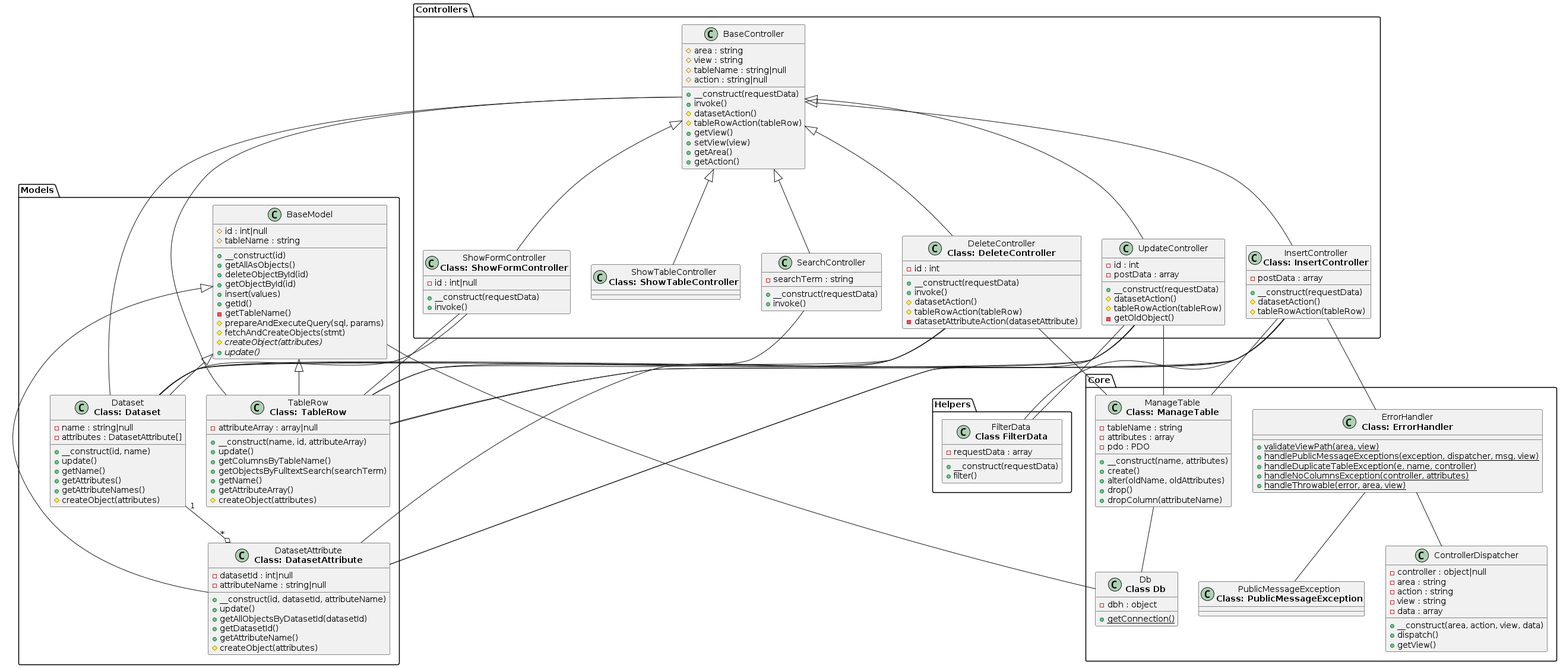
Above: doc/UMLClassDiagram.png in 23b00t/tableCreator (PlantUML), before the change. The source it was exported from:
```plantuml
@startuml
  package Core as Core {
    class "PublicMessageException\n<b>Class: PublicMessageException</b>" as Core_PublicMessageException {
    }
    class "Db\n<b>Class Db</b>" as Core_Db {
      -dbh : object
      {static} +getConnection()
    }
    class "ErrorHandler\n<b>Class: ErrorHandler</b>" as Core_ErrorHandler {
      {static} +validateViewPath(area, view)
      {static} +handlePublicMessageExceptions(exception, dispatcher, msg, view)
      {static} +handleDuplicateTableException(e, name, controller)
      {static} +handleNoColumnsException(controller, attributes)
      {static} +handleThrowable(error, area, view)
    }
    class "ManageTable\n<b>Class: ManageTable</b>" as Core_ManageTable {
      -tableName : string
      -attributes : array
      -pdo : PDO
      +__construct(name, attributes)
      +create()
      +alter(oldName, oldAttributes)
      +drop()
      +dropColumn(attributeName)
    }
    class "ControllerDispatcher" as Core_ControllerDispatcher {
      -controller : object|null
      -area : string
      -action : string
      -view : string
      -data : array
      +__construct(area, action, view, data)
      +dispatch()
      +getView()
    }
  }
  package Controllers as Controllers {
    class "InsertController\n<b>Class: InsertController</b>" as Controllers_InsertController {
      -postData : array
      +__construct(requestData)
      #datasetAction()
      #tableRowAction(tableRow)
    }
    class "ShowTableController\n<b>Class: ShowTableController</b>" as Controllers_ShowTableController {
    }
    class "SearchController" as Controllers_SearchController {
      -searchTerm : string
      +__construct(requestData)
      +invoke()
    }
    class "BaseController" as Controllers_BaseController {
      #area : string
      #view : string
      #tableName : string|null
      #action : string|null
      +__construct(requestData)
      +invoke()
      #datasetAction()
      #tableRowAction(tableRow)
      +getView()
      +setView(view)
      +getArea()
      +getAction()
    }
    class "ShowFormController\n<b>Class: ShowFormController</b>" as Controllers_ShowFormController {
      -id : int|null
      +__construct(requestData)
      +invoke()
    }
    class "UpdateController" as Controllers_UpdateController {
      -id : int
      -postData : array
      +__construct(requestData)
      #datasetAction()
      #tableRowAction(tableRow)
      -getOldObject()
    }
    class "DeleteController\n<b>Class: DeleteController</b>" as Controllers_DeleteController {
      -id : int
      +__construct(requestData)
      +invoke()
      #datasetAction()
      #tableRowAction(tableRow)
      -datasetAttributeAction(datasetAttribute)
    }
  }
  package Models as Models {
    class "TableRow\n<b>Class: TableRow</b>" as Models_TableRow {
      -attributeArray : array|null
      +__construct(name, id, attributeArray)
      +update()
      +getColumnsByTableName()
      +getObjectsByFulltextSearch(searchTerm)
      +getName()
      +getAttributeArray()
      #createObject(attributes)
    }
    class "DatasetAttribute\n<b>Class: DatasetAttribute</b>" as Models_DatasetAttribute {
      -datasetId : int|null
      -attributeName : string|null
      +__construct(id, datasetId, attributeName)
      +update()
      +getAllObjectsByDatasetId(datasetId)
      +getDatasetId()
      +getAttributeName()
      #createObject(attributes)
    }
    class "BaseModel" as Models_BaseModel {
      #id : int|null
      #tableName : string
      +__construct(id)
      +getAllAsObjects()
      +deleteObjectById(id)
      +getObjectById(id)
      +insert(values)
      +getId()
      -getTableName()
      #prepareAndExecuteQuery(sql, params)
      #fetchAndCreateObjects(stmt)
      {abstract} #createObject(attributes)
      {abstract} +update()
    }
    class "Dataset\n<b>Class: Dataset</b>" as Models_Dataset {
      -name : string|null
      -attributes : DatasetAttribute[]
      +__construct(id, name)
      +update()
      +getName()
      +getAttributes()
      +getAttributeNames()
      #createObject(attributes)
    }
  }
  package Helpers as Helpers {
    class "FilterData\n<b>Class FilterData</b>" as Helpers_FilterData {
      -requestData : array
      +__construct(requestData)
      +filter()
    }
  }
  Controllers_BaseController -- Models_Dataset
  Controllers_BaseController -- Models_TableRow
  Controllers_BaseController <|-- Controllers_DeleteController
  Controllers_BaseController <|-- Controllers_InsertController
  Controllers_BaseController <|-- Controllers_SearchController
  Controllers_BaseController <|-- Controllers_ShowFormController
  Controllers_BaseController <|-- Controllers_ShowTableController
  Controllers_BaseController <|-- Controllers_UpdateController
  Controllers_DeleteController -- Core_ManageTable
  Controllers_DeleteController -- Models_Dataset
  Controllers_DeleteController -- Models_DatasetAttribute
  Controllers_DeleteController -- Models_TableRow
  Controllers_InsertController -- Core_ErrorHandler
  Controllers_InsertController -- Core_ManageTable
  Controllers_InsertController -- Helpers_FilterData
  Controllers_InsertController -- Models_Dataset
  Controllers_InsertController -- Models_DatasetAttribute
  Controllers_InsertController -- Models_TableRow
  Controllers_SearchController -- Models_TableRow
  Controllers_ShowFormController -- Models_Dataset
  Controllers_ShowFormController -- Models_TableRow
  Controllers_UpdateController -- Core_ManageTable
  Controllers_UpdateController -- Helpers_FilterData
  Controllers_UpdateController -- Models_Dataset
  Controllers_UpdateController -- Models_DatasetAttribute
  Controllers_UpdateController -- Models_TableRow
  Core_ErrorHandler -- Core_ControllerDispatcher
  Core_ErrorHandler -- Core_PublicMessageException
  Core_ManageTable -- Core_Db
  Models_BaseModel -- Core_Db
  Models_BaseModel <|-- Models_Dataset
  Models_BaseModel <|-- Models_DatasetAttribute
  Models_BaseModel <|-- Models_TableRow
  Models_Dataset "1" --o "*" Models_DatasetAttribute
@enduml
```
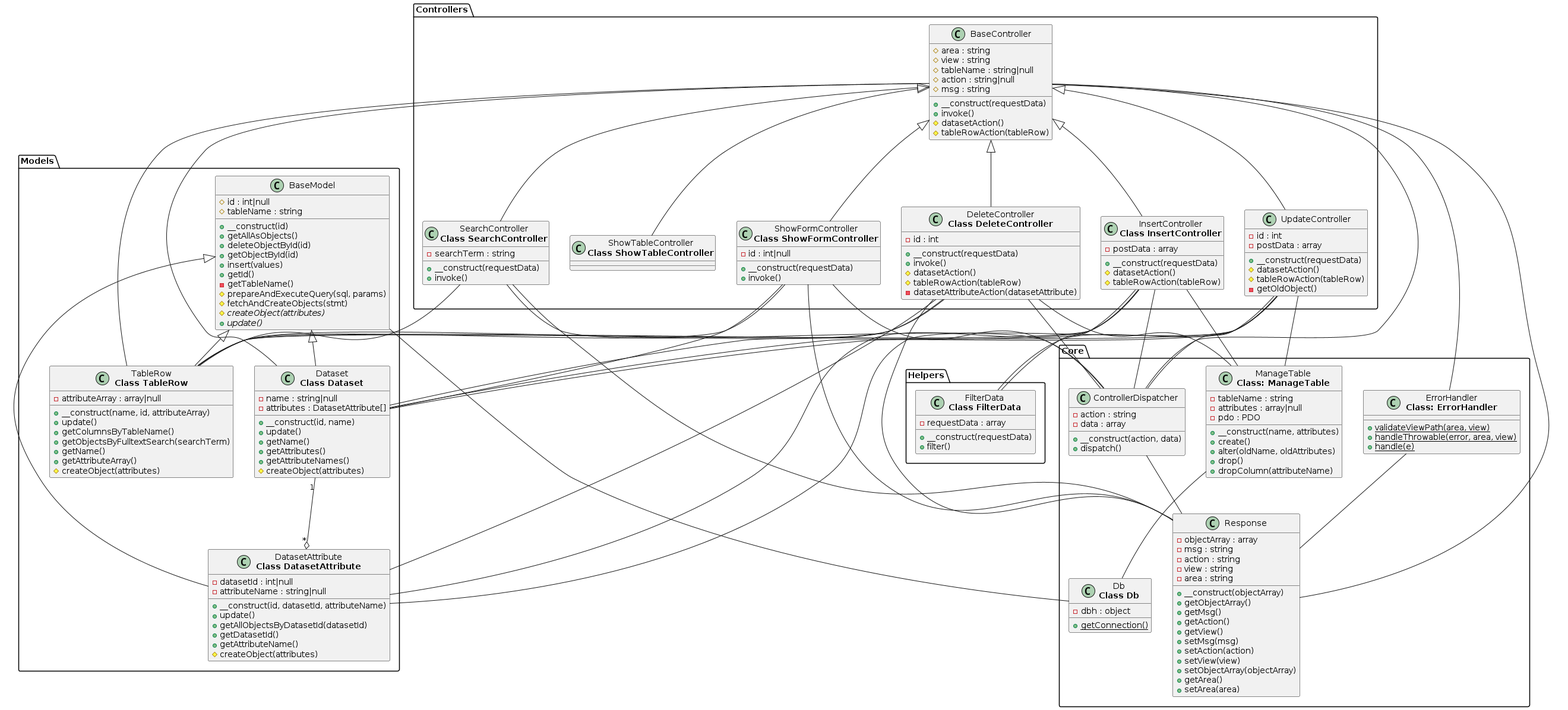
After the commit.

Commit message:
updated UML class diagram

The edit, as a diff of the source:
```diff
@@ -1,21 +1,35 @@
 @startuml
   package Core as Core {
-    class "PublicMessageException\n<b>Class: PublicMessageException</b>" as Core_PublicMessageException {
-    }
     class "Db\n<b>Class Db</b>" as Core_Db {
       -dbh : object
       {static} +getConnection()
     }
+    class "Response" as Core_Response {
+      -objectArray : array
+      -msg : string
+      -action : string
+      -view : string
+      -area : string
+      +__construct(objectArray)
+      +getObjectArray()
+      +getMsg()
+      +getAction()
+      +getView()
+      +setMsg(msg)
+      +setAction(action)
+      +setView(view)
+      +setObjectArray(objectArray)
+      +getArea()
+      +setArea(area)
+    }
     class "ErrorHandler\n<b>Class: ErrorHandler</b>" as Core_ErrorHandler {
       {static} +validateViewPath(area, view)
-      {static} +handlePublicMessageExceptions(exception, dispatcher, msg, view)
-      {static} +handleDuplicateTableException(e, name, controller)
-      {static} +handleNoColumnsException(controller, attributes)
       {static} +handleThrowable(error, area, view)
+      {static} +handle(e)
     }
     class "ManageTable\n<b>Class: ManageTable</b>" as Core_ManageTable {
       -tableName : string
-      -attributes : array
+      -attributes : array|null
       -pdo : PDO
       +__construct(name, attributes)
       +create()
@@ -24,26 +38,22 @@
       +dropColumn(attributeName)
     }
     class "ControllerDispatcher" as Core_ControllerDispatcher {
-      -controller : object|null
-      -area : string
       -action : string
-      -view : string
       -data : array
-      +__construct(area, action, view, data)
+      +__construct(action, data)
       +dispatch()
-      +getView()
     }
   }
   package Controllers as Controllers {
-    class "InsertController\n<b>Class: InsertController</b>" as Controllers_InsertController {
+    class "InsertController\n<b>Class InsertController</b>" as Controllers_InsertController {
       -postData : array
       +__construct(requestData)
       #datasetAction()
       #tableRowAction(tableRow)
     }
-    class "ShowTableController\n<b>Class: ShowTableController</b>" as Controllers_ShowTableController {
+    class "ShowTableController\n<b>Class ShowTableController</b>" as Controllers_ShowTableController {
     }
-    class "SearchController" as Controllers_SearchController {
+    class "SearchController\n<b>Class SearchController</b>" as Controllers_SearchController {
       -searchTerm : string
       +__construct(requestData)
       +invoke()
@@ -53,16 +63,13 @@
       #view : string
       #tableName : string|null
       #action : string|null
+      #msg : string
       +__construct(requestData)
       +invoke()
       #datasetAction()
       #tableRowAction(tableRow)
-      +getView()
-      +setView(view)
-      +getArea()
-      +getAction()
     }
-    class "ShowFormController\n<b>Class: ShowFormController</b>" as Controllers_ShowFormController {
+    class "ShowFormController\n<b>Class ShowFormController</b>" as Controllers_ShowFormController {
       -id : int|null
       +__construct(requestData)
       +invoke()
@@ -75,7 +82,7 @@
       #tableRowAction(tableRow)
       -getOldObject()
     }
-    class "DeleteController\n<b>Class: DeleteController</b>" as Controllers_DeleteController {
+    class "DeleteController\n<b>Class DeleteController</b>" as Controllers_DeleteController {
       -id : int
       +__construct(requestData)
       +invoke()
@@ -85,7 +92,7 @@
     }
   }
   package Models as Models {
-    class "TableRow\n<b>Class: TableRow</b>" as Models_TableRow {
+    class "TableRow\n<b>Class TableRow</b>" as Models_TableRow {
       -attributeArray : array|null
       +__construct(name, id, attributeArray)
       +update()
@@ -95,7 +102,7 @@
       +getAttributeArray()
       #createObject(attributes)
     }
-    class "DatasetAttribute\n<b>Class: DatasetAttribute</b>" as Models_DatasetAttribute {
+    class "DatasetAttribute\n<b>Class DatasetAttribute</b>" as Models_DatasetAttribute {
       -datasetId : int|null
       -attributeName : string|null
       +__construct(id, datasetId, attributeName)
@@ -120,7 +127,7 @@
       {abstract} #createObject(attributes)
       {abstract} +update()
     }
-    class "Dataset\n<b>Class: Dataset</b>" as Models_Dataset {
+    class "Dataset\n<b>Class Dataset</b>" as Models_Dataset {
       -name : string|null
       -attributes : DatasetAttribute[]
       +__construct(id, name)
@@ -138,8 +145,11 @@
       +filter()
     }
   }
+  Controllers_BaseController -- Core_ErrorHandler
+  Controllers_BaseController -- Core_Response
   Controllers_BaseController -- Models_Dataset
   Controllers_BaseController -- Models_TableRow
+  Controllers_BaseController -- Core_ControllerDispatcher
   Controllers_BaseController <|-- Controllers_DeleteController
   Controllers_BaseController <|-- Controllers_InsertController
   Controllers_BaseController <|-- Controllers_SearchController
@@ -147,25 +157,32 @@
   Controllers_BaseController <|-- Controllers_ShowTableController
   Controllers_BaseController <|-- Controllers_UpdateController
   Controllers_DeleteController -- Core_ManageTable
+  Controllers_DeleteController -- Core_Response
   Controllers_DeleteController -- Models_Dataset
   Controllers_DeleteController -- Models_DatasetAttribute
   Controllers_DeleteController -- Models_TableRow
-  Controllers_InsertController -- Core_ErrorHandler
+  Controllers_DeleteController -- Core_ControllerDispatcher
   Controllers_InsertController -- Core_ManageTable
   Controllers_InsertController -- Helpers_FilterData
   Controllers_InsertController -- Models_Dataset
   Controllers_InsertController -- Models_DatasetAttribute
   Controllers_InsertController -- Models_TableRow
+  Controllers_InsertController -- Core_ControllerDispatcher
+  Controllers_SearchController -- Core_Response
   Controllers_SearchController -- Models_TableRow
+  Controllers_SearchController -- Core_ControllerDispatcher
+  Controllers_ShowFormController -- Core_Response
   Controllers_ShowFormController -- Models_Dataset
   Controllers_ShowFormController -- Models_TableRow
+  Controllers_ShowFormController -- Core_ControllerDispatcher
   Controllers_UpdateController -- Core_ManageTable
   Controllers_UpdateController -- Helpers_FilterData
   Controllers_UpdateController -- Models_Dataset
   Controllers_UpdateController -- Models_DatasetAttribute
   Controllers_UpdateController -- Models_TableRow
-  Core_ErrorHandler -- Core_ControllerDispatcher
-  Core_ErrorHandler -- Core_PublicMessageException
+  Controllers_UpdateController -- Core_ControllerDispatcher
+  Core_ControllerDispatcher -- Core_Response
+  Core_ErrorHandler -- Core_Response
   Core_ManageTable -- Core_Db
   Models_BaseModel -- Core_Db
   Models_BaseModel <|-- Models_Dataset
```
